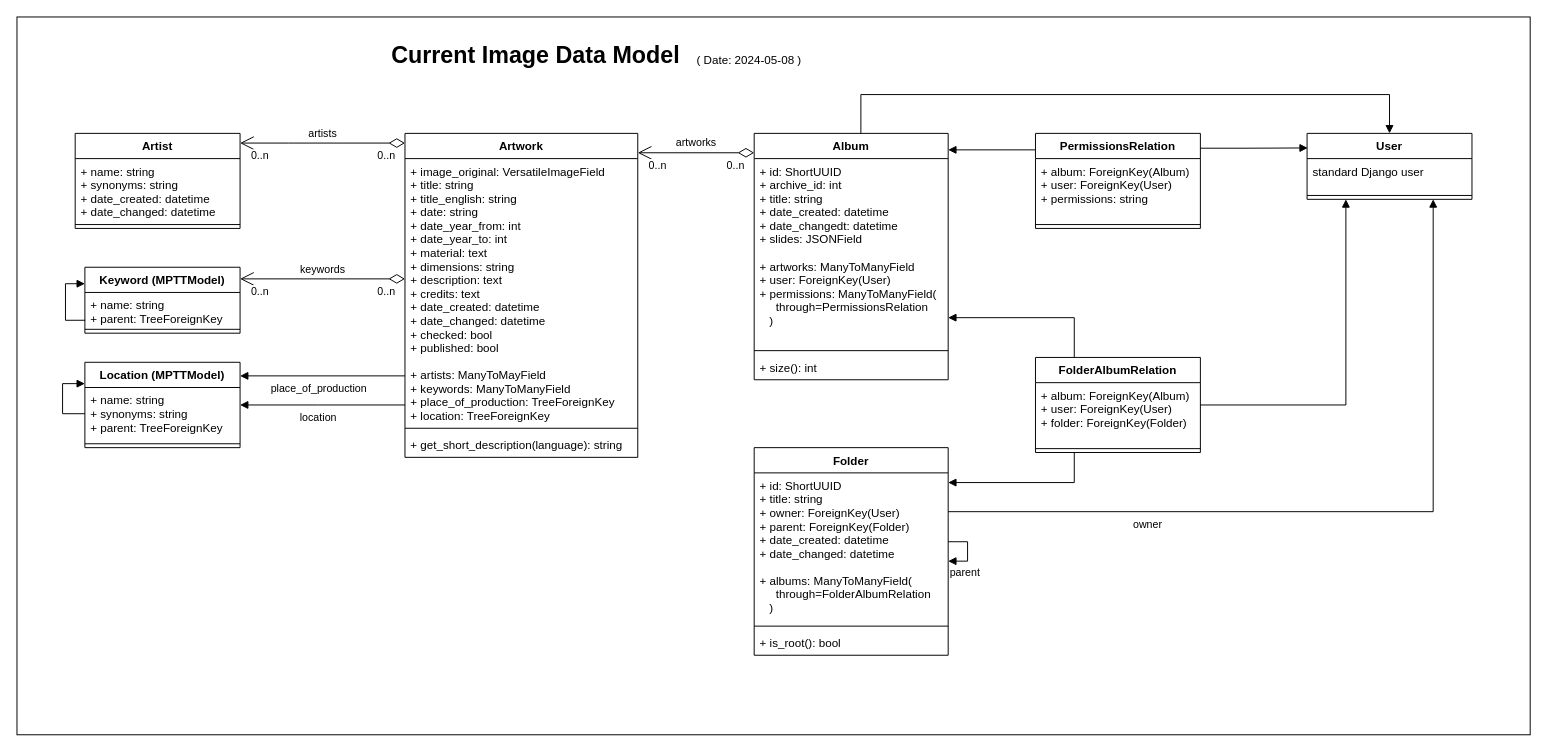
Earlier version of the draw.io diagram docs/resources/image-data-model.drawio (base-angewandte/image-backend). Source tidied: cells renumbered, new cells numbered last; positions are measured from the earlier drawing's top-left corner, leaving out a move shared by most shapes. Both pictures are drawn from the tidied source at 97%, with x=0, y=0 at pixel (16, 16).
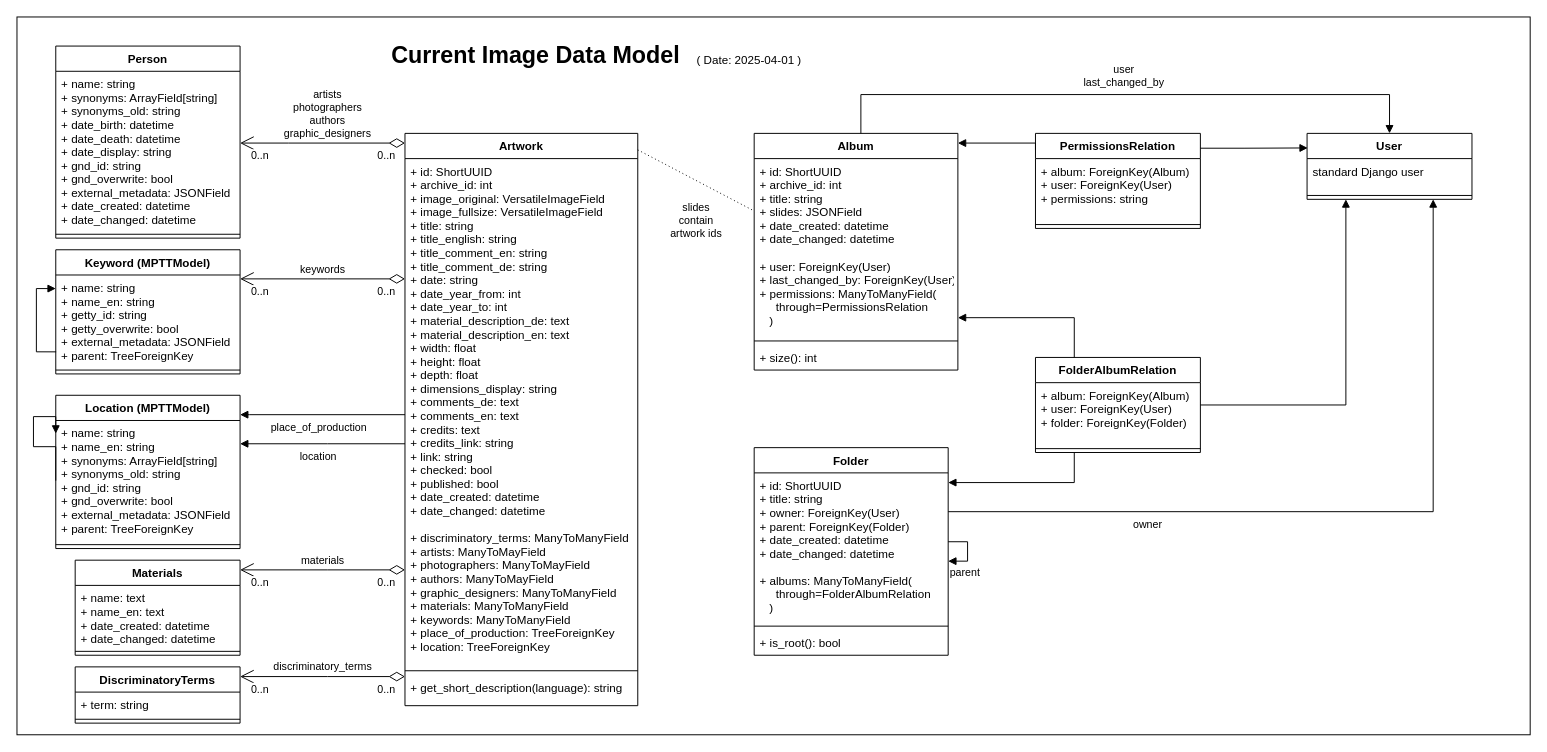
The same diagram, later.

Commit message (it also covers changes not shown here):
docs: update data model diagramme

Unchanged cells that the change refers to:
```xml
<mxCell id="55" style="endArrow=block;endFill=1;html=1;edgeStyle=orthogonalEdgeStyle;align=left;verticalAlign=top;rounded=0;" parent="1" edge="1" source="18" target="47">
  <mxGeometry x="0.29" y="-20" relative="1" as="geometry">
    <Array as="points">
      <mxPoint x="870" y="80" />
      <mxPoint x="1415" y="80" />
    </Array>
  </mxGeometry>
</mxCell>
```

What changed in the source:
```diff
@@
-    <mxCell id="3" value="Artist" style="swimlane;fontStyle=1;align=center;verticalAlign=top;horizontal=1;startSize=26;" parent="1" vertex="1">
-      <mxGeometry x="60" y="120" width="170" height="98" as="geometry" />
+    <mxCell id="3" value="Person" style="swimlane;fontStyle=1;align=center;verticalAlign=top;horizontal=1;startSize=26;" parent="1" vertex="1">
+      <mxGeometry x="40" y="30" width="190" height="198" as="geometry" />
     </mxCell>
-    <mxCell id="4" value="+ name: string&#10;+ synonyms: string&#10;+ date_created: datetime&#10;+ date_changed: datetime" style="text;strokeColor=none;fillColor=none;align=left;verticalAlign=top;spacingLeft=4;spacingRight=4;overflow=hidden;" parent="3" vertex="1">
-      <mxGeometry y="26" width="170" height="64" as="geometry" />
+    <mxCell id="4" value="+ name: string&#10;+ synonyms: ArrayField[string]&#10;+ synonyms_old: string&#10;+ date_birth: datetime&#10;+ date_death: datetime&#10;+ date_display: string&#10;+ gnd_id: string&#10;+ gnd_overwrite: bool&#10;+ external_metadata: JSONField&#10;+ date_created: datetime&#10;+ date_changed: datetime" style="text;strokeColor=none;fillColor=none;align=left;verticalAlign=top;spacingLeft=4;spacingRight=4;overflow=hidden;" parent="3" vertex="1">
+      <mxGeometry y="26" width="190" height="164" as="geometry" />
     </mxCell>
     <mxCell id="5" style="line;strokeWidth=1;fillColor=none;align=left;verticalAlign=middle;spacingTop=-1;spacingLeft=3;spacingRight=3;labelPosition=right;" parent="3" vertex="1">
-      <mxGeometry y="90" width="170" height="8" as="geometry" />
+      <mxGeometry y="190" width="190" height="8" as="geometry" />
     </mxCell>
     <mxCell id="6" value="Keyword (MPTTModel)" style="swimlane;fontStyle=1;align=center;verticalAlign=top;horizontal=1;startSize=26;" parent="1" vertex="1">
-      <mxGeometry x="70" y="258" width="160" height="68" as="geometry" />
+      <mxGeometry x="40" y="240" width="190" height="128" as="geometry" />
     </mxCell>
-    <mxCell id="7" value="+ name: string&#10;+ parent: TreeForeignKey" style="text;strokeColor=none;fillColor=none;align=left;verticalAlign=top;spacingLeft=4;spacingRight=4;overflow=hidden;points=[[0,0.5],[1,0.5]];portConstraint=eastwest;" parent="6" vertex="1">
-      <mxGeometry y="26" width="160" height="34" as="geometry" />
+    <mxCell id="7" value="+ name: string&#10;+ name_en: string&#10;+ getty_id: string&#10;+ getty_overwrite: bool&#10;+ external_metadata: JSONField&#10;+ parent: TreeForeignKey" style="text;strokeColor=none;fillColor=none;align=left;verticalAlign=top;spacingLeft=4;spacingRight=4;overflow=hidden;points=[[0,0.5],[1,0.5]];portConstraint=eastwest;" parent="6" vertex="1">
+      <mxGeometry y="26" width="190" height="94" as="geometry" />
     </mxCell>
     <mxCell id="8" style="line;strokeWidth=1;fillColor=none;align=left;verticalAlign=middle;spacingTop=-1;spacingLeft=3;spacingRight=3;labelPosition=right;" parent="6" vertex="1">
-      <mxGeometry y="60" width="160" height="8" as="geometry" />
+      <mxGeometry y="120" width="190" height="8" as="geometry" />
     </mxCell>
-    <mxCell id="9" style="endArrow=block;endFill=1;html=1;edgeStyle=orthogonalEdgeStyle;align=left;verticalAlign=top;rounded=0;exitX=0.002;exitY=0.843;exitDx=0;exitDy=0;exitPerimeter=0;entryX=0;entryY=0.25;entryDx=0;entryDy=0;" parent="6" edge="1" source="7" target="6">
+    <mxCell id="9" style="endArrow=block;endFill=1;html=1;edgeStyle=orthogonalEdgeStyle;align=left;verticalAlign=top;rounded=0;exitX=0.002;exitY=0.843;exitDx=0;exitDy=0;exitPerimeter=0;" parent="6" edge="1" source="7" target="7">
       <mxGeometry x="-1" relative="1" as="geometry">
         <Array as="points">
-          <mxPoint x="-20" y="55" />
-          <mxPoint x="-20" y="17" />
+          <mxPoint x="-20" y="105" />
+          <mxPoint x="-20" y="40" />
         </Array>
       </mxGeometry>
     </mxCell>
     <mxCell id="10" value="Location (MPTTModel)" style="swimlane;fontStyle=1;align=center;verticalAlign=top;horizontal=1;startSize=26;" parent="1" vertex="1">
-      <mxGeometry x="70" y="356" width="160" height="88" as="geometry" />
+      <mxGeometry x="40" y="390" width="190" height="158" as="geometry" />
     </mxCell>
-    <mxCell id="11" value="+ name: string&#10;+ synonyms: string&#10;+ parent: TreeForeignKey" style="text;strokeColor=none;fillColor=none;align=left;verticalAlign=top;spacingLeft=4;spacingRight=4;overflow=hidden;points=[[0,0.5],[1,0.5]];portConstraint=eastwest;" parent="10" vertex="1">
-      <mxGeometry y="26" width="160" height="54" as="geometry" />
+    <mxCell id="11" value="+ name: string&#10;+ name_en: string&#10;+ synonyms: ArrayField[string]&#10;+ synonyms_old: string&#10;+ gnd_id: string&#10;+ gnd_overwrite: bool&#10;+ external_metadata: JSONField&#10;+ parent: TreeForeignKey" style="text;strokeColor=none;fillColor=none;align=left;verticalAlign=top;spacingLeft=4;spacingRight=4;overflow=hidden;points=[[0,0.5],[1,0.5]];portConstraint=eastwest;" parent="10" vertex="1">
+      <mxGeometry y="26" width="190" height="124" as="geometry" />
     </mxCell>
     <mxCell id="12" style="line;strokeWidth=1;fillColor=none;align=left;verticalAlign=middle;spacingTop=-1;spacingLeft=3;spacingRight=3;labelPosition=right;" parent="10" vertex="1">
-      <mxGeometry y="80" width="160" height="8" as="geometry" />
+      <mxGeometry y="150" width="190" height="8" as="geometry" />
     </mxCell>
@@
     <mxCell id="14" value="Artwork" style="swimlane;fontStyle=1;align=center;verticalAlign=top;horizontal=1;startSize=26;" parent="1" vertex="1">
-      <mxGeometry x="400" y="120" width="240" height="334" as="geometry" />
+      <mxGeometry x="400" y="120" width="240" height="590" as="geometry" />
     </mxCell>
-    <mxCell id="15" value="+ image_original: VersatileImageField&#10;+ title: string&#10;+ title_english: string&#10;+ date: string&#10;+ date_year_from: int&#10;+ date_year_to: int&#10;+ material: text&#10;+ dimensions: string&#10;+ description: text&#10;+ credits: text&#10;+ date_created: datetime&#10;+ date_changed: datetime&#10;+ checked: bool&#10;+ published: bool&#10;&#10;+ artists: ManyToMayField&#10;+ keywords: ManyToManyField&#10;+ place_of_production: TreeForeignKey&#10;+ location: TreeForeignKey&#10;" style="text;strokeColor=none;fillColor=none;align=left;verticalAlign=top;spacingLeft=4;spacingRight=4;overflow=hidden;" parent="14" vertex="1">
-      <mxGeometry y="26" width="240" height="274" as="geometry" />
+    <mxCell id="15" value="+ id: ShortUUID&#10;+ archive_id: int&#10;+ image_original: VersatileImageField&#10;+ image_fullsize: VersatileImageField&#10;+ title: string&#10;+ title_english: string&#10;+ title_comment_en: string&#10;+ title_comment_de: string&#10;+ date: string&#10;+ date_year_from: int&#10;+ date_year_to: int&#10;+ material_description_de: text&#10;+ material_description_en: text&#10;+ width: float&#10;+ height: float&#10;+ depth: float&#10;+ dimensions_display: string&#10;+ comments_de: text&#10;+ comments_en: text&#10;+ credits: text&#10;+ credits_link: string&#10;+ link: string&#10;+ checked: bool&#10;+ published: bool&#10;+ date_created: datetime&#10;+ date_changed: datetime&#10;&#10;+ discriminatory_terms: ManyToManyField&#10;+ artists: ManyToMayField&#10;+ photographers: ManyToMayField&#10;+ authors: ManyToMayField&#10;+ graphic_designers: ManyToManyField&#10;+ materials: ManyToManyField&#10;+ keywords: ManyToManyField&#10;+ place_of_production: TreeForeignKey&#10;+ location: TreeForeignKey&#10;" style="text;strokeColor=none;fillColor=none;align=left;verticalAlign=top;spacingLeft=4;spacingRight=4;overflow=hidden;" parent="14" vertex="1">
+      <mxGeometry y="26" width="240" height="524" as="geometry" />
     </mxCell>
     <mxCell id="16" style="line;strokeWidth=1;fillColor=none;align=left;verticalAlign=middle;spacingTop=-1;spacingLeft=3;spacingRight=3;labelPosition=right;" parent="14" vertex="1">
-      <mxGeometry y="300" width="240" height="8" as="geometry" />
+      <mxGeometry y="550" width="240" height="8" as="geometry" />
     </mxCell>
     <mxCell id="17" value="+ get_short_description(language): string" style="text;strokeColor=none;fillColor=none;align=left;verticalAlign=top;spacingLeft=4;spacingRight=4;overflow=hidden;" parent="14" vertex="1">
-      <mxGeometry y="308" width="240" height="26" as="geometry" />
+      <mxGeometry y="558" width="240" height="32" as="geometry" />
     </mxCell>
     <mxCell id="18" value="Album" style="swimlane;fontStyle=1;align=center;verticalAlign=top;horizontal=1;startSize=26;" parent="1" vertex="1">
-      <mxGeometry x="760" y="120" width="200" height="254" as="geometry" />
+      <mxGeometry x="760" y="120" width="210" height="244" as="geometry" />
     </mxCell>
-    <mxCell id="19" value="+ id: ShortUUID&#10;+ archive_id: int&#10;+ title: string&#10;+ date_created: datetime&#10;+ date_changedt: datetime&#10;+ slides: JSONField&#10;&#10;+ artworks: ManyToManyField&#10;+ user: ForeignKey(User)&#10;+ permissions: ManyToManyField(&#10;     through=PermissionsRelation&#10;   )&#10;" style="text;strokeColor=none;fillColor=none;align=left;verticalAlign=top;spacingLeft=4;spacingRight=4;overflow=hidden;" parent="18" vertex="1">
-      <mxGeometry y="26" width="200" height="194" as="geometry" />
+    <mxCell id="19" value="+ id: ShortUUID&#10;+ archive_id: int&#10;+ title: string&#10;+ slides: JSONField&#10;+ date_created: datetime&#10;+ date_changed: datetime&#10;&#10;+ user: ForeignKey(User)&#10;+ last_changed_by: ForeignKey(User)&#10;+ permissions: ManyToManyField(&#10;     through=PermissionsRelation&#10;   )&#10;" style="text;strokeColor=none;fillColor=none;align=left;verticalAlign=top;spacingLeft=4;spacingRight=4;overflow=hidden;" parent="18" vertex="1">
+      <mxGeometry y="26" width="210" height="184" as="geometry" />
     </mxCell>
     <mxCell id="20" style="line;strokeWidth=1;fillColor=none;align=left;verticalAlign=middle;spacingTop=-1;spacingLeft=3;spacingRight=3;labelPosition=right;" parent="18" vertex="1">
-      <mxGeometry y="220" width="200" height="8" as="geometry" />
+      <mxGeometry y="210" width="210" height="8" as="geometry" />
     </mxCell>
     <mxCell id="21" value="+ size(): int" style="text;strokeColor=none;fillColor=none;align=left;verticalAlign=top;spacingLeft=4;spacingRight=4;overflow=hidden;" parent="18" vertex="1">
-      <mxGeometry y="228" width="200" height="26" as="geometry" />
+      <mxGeometry y="218" width="210" height="26" as="geometry" />
     </mxCell>
     <mxCell id="22" value="place_of_production" style="endArrow=block;endFill=1;html=1;edgeStyle=orthogonalEdgeStyle;align=left;verticalAlign=top;rounded=0;" parent="1" edge="1" source="14" target="10">
       <mxGeometry x="0.65" relative="1" as="geometry">
         <Array as="points">
-          <mxPoint x="300" y="370" />
-          <mxPoint x="300" y="370" />
+          <mxPoint x="240" y="410" />
+          <mxPoint x="240" y="410" />
         </Array>
       </mxGeometry>
     </mxCell>
     <mxCell id="23" value="location" style="endArrow=block;endFill=1;html=1;edgeStyle=orthogonalEdgeStyle;align=left;verticalAlign=top;rounded=0;" parent="1" edge="1" source="14" target="10">
       <mxGeometry x="0.29" relative="1" as="geometry">
         <Array as="points">
-          <mxPoint x="310" y="400" />
-          <mxPoint x="310" y="400" />
+          <mxPoint x="320" y="440" />
+          <mxPoint x="320" y="440" />
         </Array>
       </mxGeometry>
     </mxCell>
@@
-    <mxCell id="27" value="artists" style="endArrow=open;html=1;endSize=12;startArrow=diamondThin;startSize=14;startFill=0;edgeStyle=orthogonalEdgeStyle;rounded=0;" parent="1" edge="1" source="14" target="3">
-      <mxGeometry y="-10" relative="1" as="geometry">
+    <mxCell id="27" value="artists&lt;div&gt;photographers&lt;/div&gt;&lt;div&gt;authors&lt;/div&gt;&lt;div&gt;graphic_designers&lt;/div&gt;" style="endArrow=open;html=1;endSize=12;startArrow=diamondThin;startSize=14;startFill=0;edgeStyle=orthogonalEdgeStyle;rounded=0;" parent="1" edge="1" source="14" target="3">
+      <mxGeometry x="-0.06" y="-30" relative="1" as="geometry">
         <Array as="points">
           <mxPoint x="280" y="130" />
           <mxPoint x="280" y="130" />
         </Array>
       </mxGeometry>
     </mxCell>
@@
-    <mxCell id="30" value="artworks" style="endArrow=open;html=1;endSize=12;startArrow=diamondThin;startSize=14;startFill=0;edgeStyle=orthogonalEdgeStyle;rounded=0;" parent="1" edge="1" source="18" target="14">
-      <mxGeometry y="-10" relative="1" as="geometry">
-        <Array as="points">
-          <mxPoint x="700" y="140" />
-          <mxPoint x="700" y="140" />
-        </Array>
-      </mxGeometry>
-    </mxCell>
-    <mxCell id="31" value="0..n" style="edgeLabel;html=1;align=left;verticalAlign=top;" parent="30" vertex="1">
-      <mxGeometry x="-1" relative="1" as="geometry">
-        <mxPoint x="-30" as="offset" />
-      </mxGeometry>
-    </mxCell>
-    <mxCell id="32" value="0..n" style="edgeLabel;html=1;align=right;verticalAlign=top;" parent="30" vertex="1">
-      <mxGeometry x="1" relative="1" as="geometry">
-        <mxPoint x="30" as="offset" />
-      </mxGeometry>
-    </mxCell>
@@
-    <mxCell id="34" value="( Date: 2024-05-08 )" style="text;html=1;strokeColor=none;fillColor=none;align=center;verticalAlign=middle;whiteSpace=wrap;rounded=0;" parent="1" vertex="1">
+    <mxCell id="34" value="( Date: 2025-04-01 )" style="text;html=1;strokeColor=none;fillColor=none;align=center;verticalAlign=middle;whiteSpace=wrap;rounded=0;" parent="1" vertex="1">
       <mxGeometry x="690" y="30" width="130" height="30" as="geometry" />
     </mxCell>
@@
-    <mxCell id="38" style="endArrow=block;endFill=1;html=1;edgeStyle=orthogonalEdgeStyle;align=left;verticalAlign=top;rounded=0;" parent="1" edge="1">
+    <mxCell id="38" style="endArrow=block;endFill=1;html=1;edgeStyle=orthogonalEdgeStyle;align=left;verticalAlign=top;rounded=0;" parent="1" edge="1" target="18">
       <mxGeometry x="0.29" y="-20" relative="1" as="geometry">
         <mxPoint x="1050" y="137" as="sourcePoint" />
-        <mxPoint x="960" y="137" as="targetPoint" />
+        <Array as="points">
+          <mxPoint x="1050" y="130" />
+        </Array>
       </mxGeometry>
     </mxCell>
@@
+    <mxCell id="56" value="user&lt;div&gt;last_changed_by&lt;/div&gt;" style="edgeLabel;html=1;align=center;verticalAlign=middle;" parent="55" vertex="1">
+      <mxGeometry x="0.02" y="4" relative="1" as="geometry">
+        <mxPoint x="-9" y="-16" as="offset" />
+      </mxGeometry>
+    </mxCell>
+    <mxCell id="57" value="DiscriminatoryTerms" style="swimlane;fontStyle=1;align=center;verticalAlign=top;horizontal=1;startSize=26;" parent="1" vertex="1">
+      <mxGeometry x="60" y="670" width="170" height="58" as="geometry" />
+    </mxCell>
+    <mxCell id="58" value="+ term: string" style="text;strokeColor=none;fillColor=none;align=left;verticalAlign=top;spacingLeft=4;spacingRight=4;overflow=hidden;" parent="57" vertex="1">
+      <mxGeometry y="26" width="170" height="24" as="geometry" />
+    </mxCell>
+    <mxCell id="59" style="line;strokeWidth=1;fillColor=none;align=left;verticalAlign=middle;spacingTop=-1;spacingLeft=3;spacingRight=3;labelPosition=right;" parent="57" vertex="1">
+      <mxGeometry y="50" width="170" height="8" as="geometry" />
+    </mxCell>
+    <mxCell id="60" value="Materials" style="swimlane;fontStyle=1;align=center;verticalAlign=top;horizontal=1;startSize=26;" parent="1" vertex="1">
+      <mxGeometry x="60" y="560" width="170" height="98" as="geometry" />
+    </mxCell>
+    <mxCell id="61" value="+ name: text&#10;+ name_en: text&#10;+ date_created: datetime&#10;+ date_changed: datetime" style="text;strokeColor=none;fillColor=none;align=left;verticalAlign=top;spacingLeft=4;spacingRight=4;overflow=hidden;" parent="60" vertex="1">
+      <mxGeometry y="26" width="170" height="64" as="geometry" />
+    </mxCell>
+    <mxCell id="62" style="line;strokeWidth=1;fillColor=none;align=left;verticalAlign=middle;spacingTop=-1;spacingLeft=3;spacingRight=3;labelPosition=right;" parent="60" vertex="1">
+      <mxGeometry y="90" width="170" height="8" as="geometry" />
+    </mxCell>
+    <mxCell id="63" value="materials" style="endArrow=open;html=1;endSize=12;startArrow=diamondThin;startSize=14;startFill=0;edgeStyle=orthogonalEdgeStyle;rounded=0;" parent="1" edge="1" source="14" target="60">
+      <mxGeometry y="-10" relative="1" as="geometry">
+        <Array as="points">
+          <mxPoint x="320" y="570" />
+          <mxPoint x="320" y="570" />
+        </Array>
+      </mxGeometry>
+    </mxCell>
+    <mxCell id="64" value="0..n" style="edgeLabel;html=1;align=left;verticalAlign=top;" parent="63" vertex="1">
+      <mxGeometry x="-1" relative="1" as="geometry">
+        <mxPoint x="-30" as="offset" />
+      </mxGeometry>
+    </mxCell>
+    <mxCell id="65" value="0..n" style="edgeLabel;html=1;align=right;verticalAlign=top;" parent="63" vertex="1">
+      <mxGeometry x="1" relative="1" as="geometry">
+        <mxPoint x="30" as="offset" />
+      </mxGeometry>
+    </mxCell>
+    <mxCell id="66" value="discriminatory_terms" style="endArrow=open;html=1;endSize=12;startArrow=diamondThin;startSize=14;startFill=0;edgeStyle=orthogonalEdgeStyle;rounded=0;" parent="1" edge="1" source="14" target="57">
+      <mxGeometry y="-10" relative="1" as="geometry">
+        <Array as="points">
+          <mxPoint x="320" y="680" />
+          <mxPoint x="320" y="680" />
+        </Array>
+      </mxGeometry>
+    </mxCell>
+    <mxCell id="67" value="0..n" style="edgeLabel;html=1;align=left;verticalAlign=top;" parent="66" vertex="1">
+      <mxGeometry x="-1" relative="1" as="geometry">
+        <mxPoint x="-30" as="offset" />
+      </mxGeometry>
+    </mxCell>
+    <mxCell id="68" value="0..n" style="edgeLabel;html=1;align=right;verticalAlign=top;" parent="66" vertex="1">
+      <mxGeometry x="1" relative="1" as="geometry">
+        <mxPoint x="30" as="offset" />
+      </mxGeometry>
+    </mxCell>
+    <mxCell id="69" style="endArrow=none;dashed=1;html=1;dashPattern=1 3;strokeWidth=1;rounded=0;" parent="1" edge="1">
+      <mxGeometry relative="1" as="geometry">
+        <mxPoint x="640" y="137" as="sourcePoint" />
+        <mxPoint x="760" y="200" as="targetPoint" />
+      </mxGeometry>
+    </mxCell>
+    <mxCell id="70" value="slides&lt;div&gt;contain&lt;/div&gt;&lt;div&gt;artwork ids&lt;/div&gt;" style="edgeLabel;html=1;align=center;verticalAlign=middle;" parent="69" vertex="1">
+      <mxGeometry x="0.03" relative="1" as="geometry">
+        <mxPoint x="-2" y="40" as="offset" />
+      </mxGeometry>
+    </mxCell>
```
